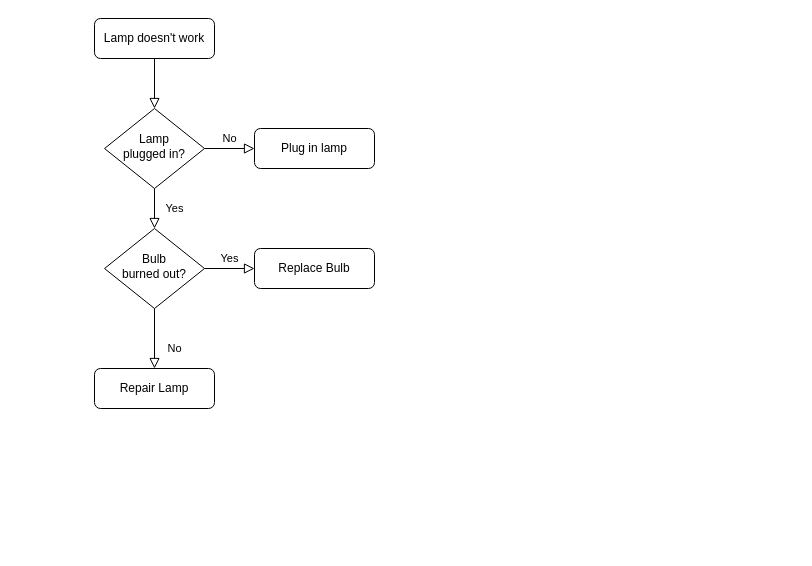
This is Диаграмма без названия.drawio from Rocabello/final_c-, a draw.io file, before an edit. Source tidied: cells renumbered, new cells numbered last; positions are measured from the earlier drawing's top-left corner, leaving out a move shared by most shapes. Both pictures are drawn from the tidied source at 100%, with x=0, y=0 at pixel (94, 18).
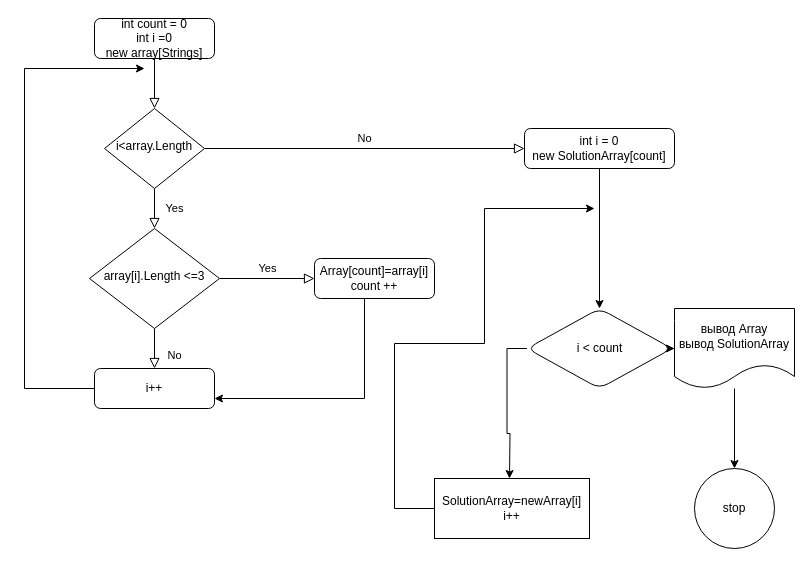
Above is the later version.

What changed in the source:
```diff
@@
-    <mxCell id="3" value="Lamp doesn't work" style="rounded=1;whiteSpace=wrap;html=1;fontSize=12;glass=0;strokeWidth=1;shadow=0;" parent="1" vertex="1">
+    <mxCell id="3" value="int count = 0&lt;br&gt;int i =0&lt;br&gt;new array[Strings]" style="rounded=1;whiteSpace=wrap;html=1;fontSize=12;glass=0;strokeWidth=1;shadow=0;" parent="1" vertex="1">
       <mxGeometry width="120" height="40" as="geometry" />
     </mxCell>
@@
-    <mxCell id="6" value="Lamp&lt;br&gt;plugged in?" style="rhombus;whiteSpace=wrap;html=1;shadow=0;fontFamily=Helvetica;fontSize=12;align=center;strokeWidth=1;spacing=6;spacingTop=-4;" parent="1" vertex="1">
+    <mxCell id="6" value="i&amp;lt;array.Length" style="rhombus;whiteSpace=wrap;html=1;shadow=0;fontFamily=Helvetica;fontSize=12;align=center;strokeWidth=1;spacing=6;spacingTop=-4;" parent="1" vertex="1">
       <mxGeometry x="10" y="90" width="100" height="80" as="geometry" />
     </mxCell>
+    <mxCell id="13" style="edgeStyle=orthogonalEdgeStyle;rounded=0;jettySize=auto;html=1;" parent="1" edge="1" source="7" target="18">
+      <mxGeometry relative="1" as="geometry" />
+    </mxCell>
-    <mxCell id="7" value="Plug in lamp" style="rounded=1;whiteSpace=wrap;html=1;fontSize=12;glass=0;strokeWidth=1;shadow=0;" parent="1" vertex="1">
-      <mxGeometry x="160" y="110" width="120" height="40" as="geometry" />
+    <mxCell id="7" value="int i = 0&lt;br&gt;new SolutionArray[count]" style="rounded=1;whiteSpace=wrap;html=1;fontSize=12;glass=0;strokeWidth=1;shadow=0;" parent="1" vertex="1">
+      <mxGeometry x="430" y="110" width="150" height="40" as="geometry" />
     </mxCell>
@@
-    <mxCell id="10" value="Bulb&lt;br&gt;burned out?" style="rhombus;whiteSpace=wrap;html=1;shadow=0;fontFamily=Helvetica;fontSize=12;align=center;strokeWidth=1;spacing=6;spacingTop=-4;" parent="1" vertex="1">
-      <mxGeometry x="10" y="210" width="100" height="80" as="geometry" />
+    <mxCell id="10" value="array[i].Length &amp;lt;=3" style="rhombus;whiteSpace=wrap;html=1;shadow=0;fontFamily=Helvetica;fontSize=12;align=center;strokeWidth=1;spacing=6;spacingTop=-4;" parent="1" vertex="1">
+      <mxGeometry x="-5" y="210" width="130" height="100" as="geometry" />
     </mxCell>
+    <mxCell id="14" style="edgeStyle=orthogonalEdgeStyle;rounded=0;jettySize=auto;html=1;" parent="1" edge="1" source="11">
+      <mxGeometry relative="1" as="geometry">
+        <mxPoint x="50" y="50" as="targetPoint" />
+        <Array as="points">
+          <mxPoint x="-70" y="370" />
+          <mxPoint x="-70" y="50" />
+        </Array>
+      </mxGeometry>
+    </mxCell>
-    <mxCell id="11" value="Repair Lamp" style="rounded=1;whiteSpace=wrap;html=1;fontSize=12;glass=0;strokeWidth=1;shadow=0;" parent="1" vertex="1">
+    <mxCell id="11" value="i++" style="rounded=1;whiteSpace=wrap;html=1;fontSize=12;glass=0;strokeWidth=1;shadow=0;" parent="1" vertex="1">
       <mxGeometry y="350" width="120" height="40" as="geometry" />
     </mxCell>
+    <mxCell id="15" style="edgeStyle=orthogonalEdgeStyle;rounded=0;jettySize=auto;html=1;entryX=1;entryY=0.75;entryDx=0;entryDy=0;" parent="1" edge="1" source="12" target="11">
+      <mxGeometry relative="1" as="geometry">
+        <Array as="points">
+          <mxPoint x="270" y="380" />
+        </Array>
+      </mxGeometry>
+    </mxCell>
-    <mxCell id="12" value="Replace Bulb" style="rounded=1;whiteSpace=wrap;html=1;fontSize=12;glass=0;strokeWidth=1;shadow=0;" parent="1" vertex="1">
-      <mxGeometry x="160" y="230" width="120" height="40" as="geometry" />
+    <mxCell id="12" value="Array[count]=array[i]&lt;br&gt;count ++" style="rounded=1;whiteSpace=wrap;html=1;fontSize=12;glass=0;strokeWidth=1;shadow=0;" parent="1" vertex="1">
+      <mxGeometry x="220" y="240" width="120" height="40" as="geometry" />
     </mxCell>
+    <mxCell id="16" style="edgeStyle=orthogonalEdgeStyle;rounded=0;jettySize=auto;html=1;" parent="1" edge="1" source="18" target="20">
+      <mxGeometry relative="1" as="geometry" />
+    </mxCell>
+    <mxCell id="17" style="edgeStyle=orthogonalEdgeStyle;rounded=0;jettySize=auto;html=1;" parent="1" edge="1" source="18">
+      <mxGeometry relative="1" as="geometry">
+        <mxPoint x="415" y="460" as="targetPoint" />
+      </mxGeometry>
+    </mxCell>
+    <mxCell id="18" value="i &amp;lt; count" style="rhombus;whiteSpace=wrap;html=1;rounded=1;glass=0;strokeWidth=1;shadow=0;" parent="1" vertex="1">
+      <mxGeometry x="432.5" y="290" width="145" height="80" as="geometry" />
+    </mxCell>
+    <mxCell id="19" style="edgeStyle=orthogonalEdgeStyle;rounded=0;jettySize=auto;html=1;" parent="1" edge="1" source="20" target="21">
+      <mxGeometry relative="1" as="geometry" />
+    </mxCell>
+    <mxCell id="20" value="вывод Array&lt;br&gt;вывод SolutionArray" style="shape=document;whiteSpace=wrap;html=1;boundedLbl=1;rounded=1;glass=0;strokeWidth=1;shadow=0;" parent="1" vertex="1">
+      <mxGeometry x="580" y="290" width="120" height="80" as="geometry" />
+    </mxCell>
+    <mxCell id="21" value="stop" style="ellipse;whiteSpace=wrap;html=1;rounded=1;glass=0;strokeWidth=1;shadow=0;" parent="1" vertex="1">
+      <mxGeometry x="600" y="450" width="80" height="80" as="geometry" />
+    </mxCell>
+    <mxCell id="22" style="edgeStyle=orthogonalEdgeStyle;rounded=0;jettySize=auto;html=1;" parent="1" edge="1" source="23">
+      <mxGeometry relative="1" as="geometry">
+        <mxPoint x="500" y="190" as="targetPoint" />
+        <Array as="points">
+          <mxPoint x="300" y="490" />
+          <mxPoint x="300" y="325" />
+          <mxPoint x="390" y="325" />
+          <mxPoint x="390" y="190" />
+        </Array>
+      </mxGeometry>
+    </mxCell>
+    <mxCell id="23" value="SolutionArray=newArray[i]&lt;br&gt;i++" style="rounded=0;whiteSpace=wrap;html=1;" parent="1" vertex="1">
+      <mxGeometry x="340" y="460" width="155" height="60" as="geometry" />
+    </mxCell>
```
